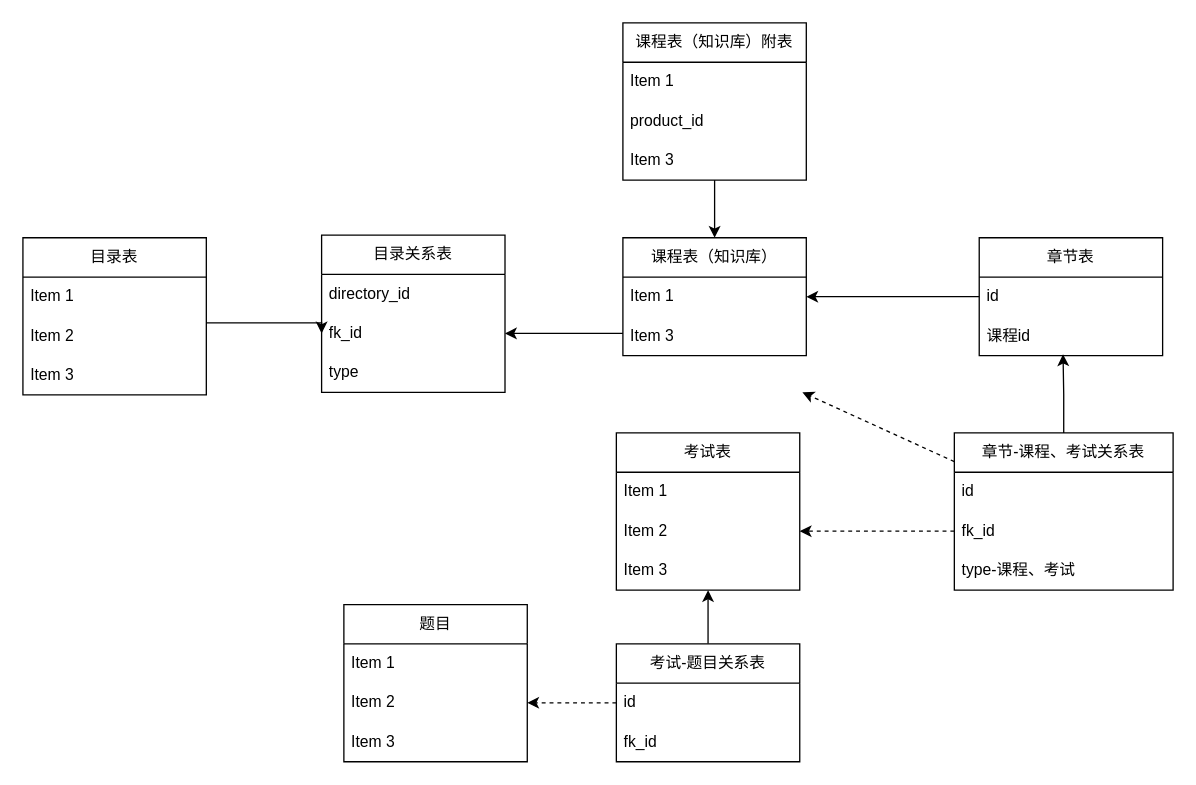
Before: 尚学堂-知识库设计.drawio in ammengke/my-drawio, a draw.io diagram. Source tidied: cells renumbered, new cells numbered last; positions are measured from the earlier drawing's top-left corner, leaving out a move shared by most shapes. Both pictures are drawn from the tidied source at 131%, with x=0, y=0 at pixel (22, 22).
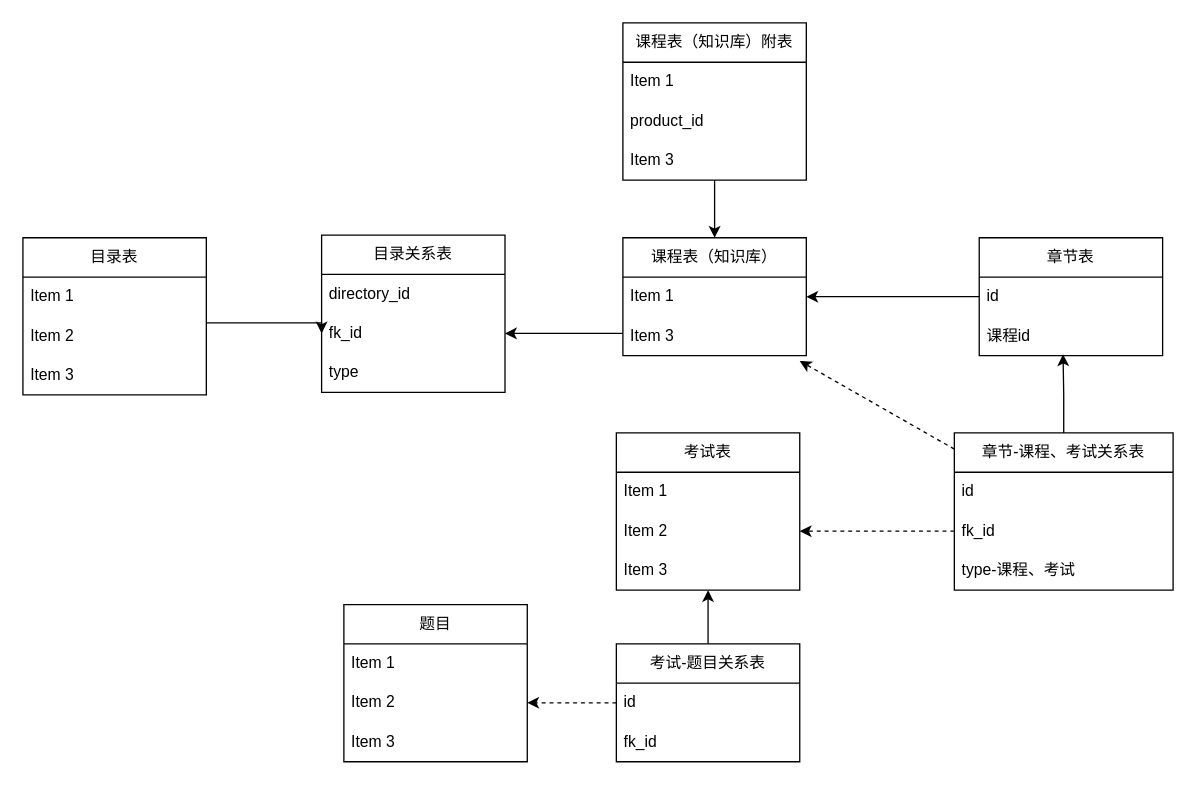
Above is the later version.

Commit message:
更新尚学堂-知识库设计.drawio

The change refers to these unchanged cells:
```xml
<mxCell id="5" value="Item 3" style="text;strokeColor=none;fillColor=none;align=left;verticalAlign=middle;spacingLeft=4;spacingRight=4;overflow=hidden;points=[[0,0.5],[1,0.5]];portConstraint=eastwest;whiteSpace=wrap;html=1;" parent="3" vertex="1">
  <mxGeometry y="60" width="140" height="30" as="geometry" />
</mxCell>
<mxCell id="8" value="章节-课程、考试关系表" style="swimlane;fontStyle=0;horizontal=1;startSize=30;whiteSpace=wrap;html=1;" parent="1" vertex="1">
  <mxGeometry x="711" y="313" width="167" height="120" as="geometry" />
</mxCell>
```

The edit, as a diff of the source:
```diff
@@
-    <mxCell id="7" style="rounded=0;jettySize=auto;html=1;dashed=1;" parent="1" edge="1" source="8">
-      <mxGeometry relative="1" as="geometry">
-        <mxPoint x="595" y="282" as="targetPoint" />
-      </mxGeometry>
+    <mxCell id="7" style="rounded=0;jettySize=auto;html=1;dashed=1;entryX=0.964;entryY=1.133;entryDx=0;entryDy=0;entryPerimeter=0;" parent="1" edge="1" source="8" target="5">
+      <mxGeometry relative="1" as="geometry" />
     </mxCell>
```
